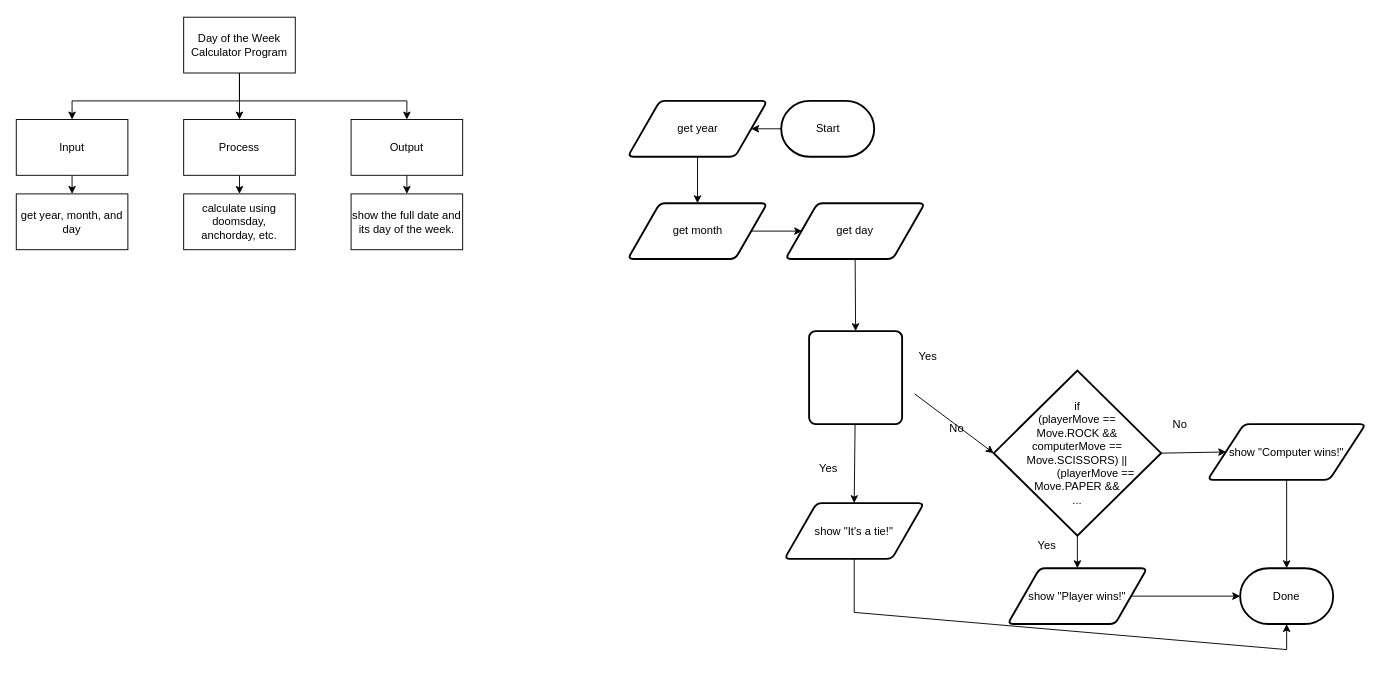
The draw.io diagram Assignments/Assignment 2/flowchart.drawio in Infinity-deGuzman/ICS4U-Unit1-Infinity-De-Guzman, before the edit. Source tidied: cells renumbered, new cells numbered last; positions are measured from the earlier drawing's top-left corner, leaving out a move shared by most shapes. Both pictures are drawn from the tidied source at 93%, with x=0, y=0 at pixel (16, 17).
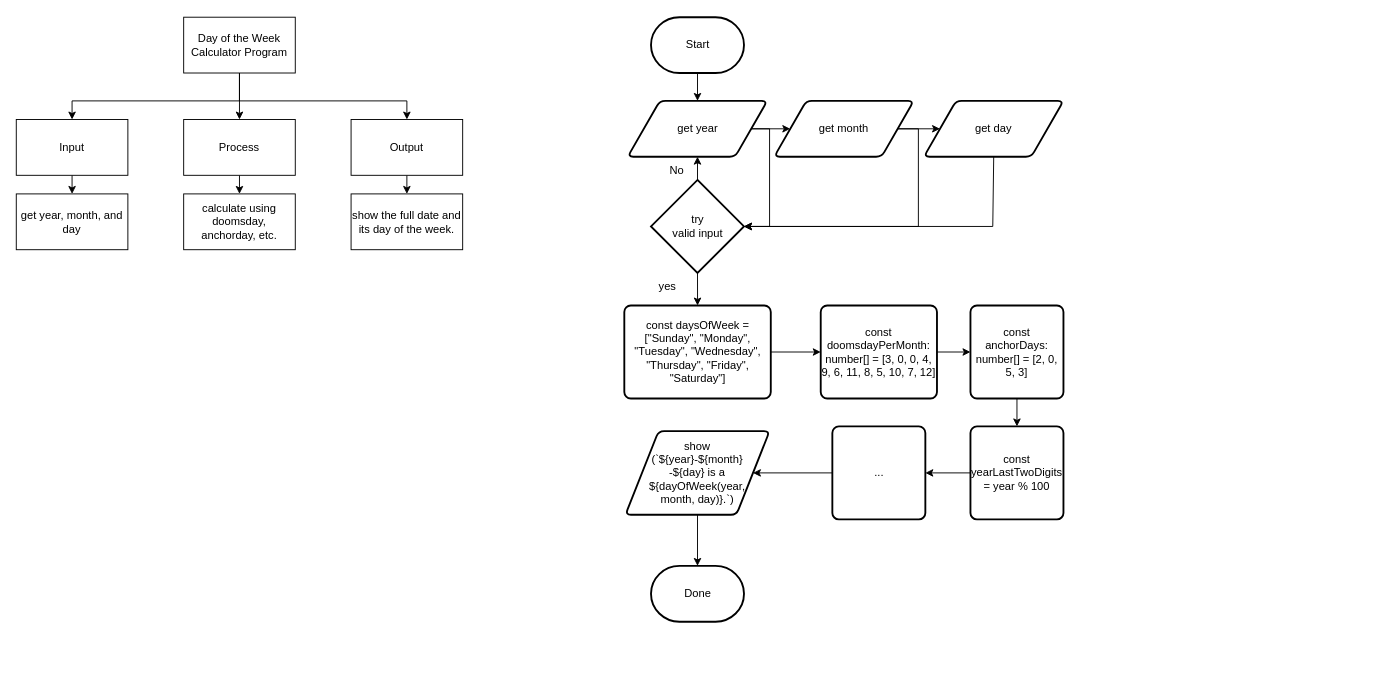
After the change.

Commit message (it also covers changes not shown here):
finished flowchart

Diff of the diagram source:
```diff
@@
-    <mxCell id="15" style="edgeStyle=none;rounded=0;html=1;exitX=0;exitY=0.5;exitDx=0;exitDy=0;exitPerimeter=0;entryX=1;entryY=0.5;entryDx=0;entryDy=0;" parent="1" edge="1" source="16" target="38">
+    <mxCell id="15" style="edgeStyle=none;html=1;exitX=0.5;exitY=1;exitDx=0;exitDy=0;exitPerimeter=0;entryX=0.5;entryY=0;entryDx=0;entryDy=0;" parent="1" edge="1" source="16" target="38">
       <mxGeometry relative="1" as="geometry" />
     </mxCell>
     <mxCell id="16" value="Start" style="strokeWidth=2;html=1;shape=mxgraph.flowchart.terminator;whiteSpace=wrap;" parent="1" vertex="1">
-      <mxGeometry x="822.5" y="90" width="100" height="60" as="geometry" />
+      <mxGeometry x="682.5" width="100" height="60" as="geometry" />
     </mxCell>
-    <mxCell id="17" style="edgeStyle=none;rounded=0;html=1;exitX=1;exitY=0.5;exitDx=0;exitDy=0;entryX=0;entryY=0.5;entryDx=0;entryDy=0;entryPerimeter=0;" parent="1" edge="1" source="18">
-      <mxGeometry relative="1" as="geometry">
-        <mxPoint x="845" y="230" as="targetPoint" />
-      </mxGeometry>
+    <mxCell id="17" style="edgeStyle=none;rounded=0;html=1;exitX=1;exitY=0.5;exitDx=0;exitDy=0;entryX=0;entryY=0.5;entryDx=0;entryDy=0;" parent="1" edge="1" source="18" target="39">
+      <mxGeometry relative="1" as="geometry" />
     </mxCell>
+    <mxCell id="41" style="edgeStyle=none;rounded=0;html=1;exitX=1;exitY=0.5;exitDx=0;exitDy=0;entryX=1;entryY=0.5;entryDx=0;entryDy=0;entryPerimeter=0;" parent="1" edge="1" source="18" target="47">
+      <mxGeometry relative="1" as="geometry">
+        <Array as="points">
+          <mxPoint x="970" y="120" />
+          <mxPoint x="970" y="225" />
+        </Array>
+      </mxGeometry>
+    </mxCell>
     <mxCell id="18" value="get month" style="shape=parallelogram;html=1;strokeWidth=2;perimeter=parallelogramPerimeter;whiteSpace=wrap;rounded=1;arcSize=12;size=0.23;" parent="1" vertex="1">
-      <mxGeometry x="657.5" y="200" width="150" height="60" as="geometry" />
+      <mxGeometry x="815" y="90" width="150" height="60" as="geometry" />
     </mxCell>
-    <mxCell id="19" style="edgeStyle=none;html=1;entryX=0.5;entryY=0;entryDx=0;entryDy=0;" parent="1" edge="1" source="40" target="22">
-      <mxGeometry relative="1" as="geometry" />
-    </mxCell>
-    <mxCell id="20" style="edgeStyle=none;html=1;exitX=1;exitY=0.5;exitDx=0;exitDy=0;exitPerimeter=0;entryX=0;entryY=0.5;entryDx=0;entryDy=0;entryPerimeter=0;" parent="1" edge="1" target="27">
-      <mxGeometry relative="1" as="geometry">
-        <mxPoint x="966" y="405" as="sourcePoint" />
-      </mxGeometry>
-    </mxCell>
-    <mxCell id="21" style="edgeStyle=none;html=1;exitX=0.5;exitY=1;exitDx=0;exitDy=0;entryX=0.5;entryY=1;entryDx=0;entryDy=0;entryPerimeter=0;rounded=0;" parent="1" edge="1" source="22" target="34">
-      <mxGeometry relative="1" as="geometry">
-        <Array as="points">
-          <mxPoint x="901" y="640" />
-          <mxPoint x="1366" y="680" />
-        </Array>
-      </mxGeometry>
-    </mxCell>
-    <mxCell id="22" value="show &quot;It's a tie!&quot;" style="shape=parallelogram;html=1;strokeWidth=2;perimeter=parallelogramPerimeter;whiteSpace=wrap;rounded=1;arcSize=12;size=0.23;" parent="1" vertex="1">
-      <mxGeometry x="826" y="522.5" width="150" height="60" as="geometry" />
-    </mxCell>
-    <mxCell id="23" value="Yes" style="text;html=1;align=center;verticalAlign=middle;strokeColor=none;fillColor=none;" parent="1" vertex="1">
-      <mxGeometry x="852.5" y="470" width="40" height="30" as="geometry" />
-    </mxCell>
-    <mxCell id="24" value="No" style="text;html=1;align=center;verticalAlign=middle;strokeColor=none;fillColor=none;" parent="1" vertex="1">
-      <mxGeometry x="991" y="427.5" width="40" height="30" as="geometry" />
-    </mxCell>
-    <mxCell id="25" style="edgeStyle=none;html=1;exitX=0.5;exitY=1;exitDx=0;exitDy=0;exitPerimeter=0;entryX=0.5;entryY=0;entryDx=0;entryDy=0;" parent="1" edge="1" source="27" target="29">
-      <mxGeometry relative="1" as="geometry" />
-    </mxCell>
-    <mxCell id="26" style="edgeStyle=none;html=1;exitX=1;exitY=0.5;exitDx=0;exitDy=0;exitPerimeter=0;entryX=0;entryY=0.5;entryDx=0;entryDy=0;entryPerimeter=0;" parent="1" edge="1" source="27">
-      <mxGeometry relative="1" as="geometry">
-        <mxPoint x="1301" y="467.5" as="targetPoint" />
-      </mxGeometry>
-    </mxCell>
-    <mxCell id="27" value="if&lt;br&gt;&lt;div&gt;(playerMove ==&lt;br&gt;Move.ROCK &amp;amp;&amp;amp;&lt;/div&gt;&lt;div&gt;computerMove == Move.SCISSORS) ||&lt;/div&gt;&lt;div&gt;&amp;nbsp; &amp;nbsp; &amp;nbsp; &amp;nbsp; &amp;nbsp; &amp;nbsp; (playerMove == Move.PAPER &amp;amp;&amp;amp;&lt;br&gt;...&lt;/div&gt;" style="strokeWidth=2;html=1;shape=mxgraph.flowchart.decision;whiteSpace=wrap;" parent="1" vertex="1">
-      <mxGeometry x="1051" y="380" width="180" height="177.5" as="geometry" />
-    </mxCell>
-    <mxCell id="28" style="edgeStyle=none;html=1;exitX=1;exitY=0.5;exitDx=0;exitDy=0;" parent="1" edge="1" source="29" target="34">
-      <mxGeometry relative="1" as="geometry" />
-    </mxCell>
-    <mxCell id="29" value="show &quot;Player wins!&quot;" style="shape=parallelogram;html=1;strokeWidth=2;perimeter=parallelogramPerimeter;whiteSpace=wrap;rounded=1;arcSize=12;size=0.23;" parent="1" vertex="1">
-      <mxGeometry x="1066" y="592.5" width="150" height="60" as="geometry" />
-    </mxCell>
-    <mxCell id="30" value="Yes" style="text;html=1;align=center;verticalAlign=middle;strokeColor=none;fillColor=none;" parent="1" vertex="1">
-      <mxGeometry x="1088" y="552.5" width="40" height="30" as="geometry" />
-    </mxCell>
-    <mxCell id="31" style="edgeStyle=none;html=1;exitX=0.5;exitY=1;exitDx=0;exitDy=0;" parent="1" edge="1" source="32" target="34">
-      <mxGeometry relative="1" as="geometry" />
-    </mxCell>
-    <mxCell id="32" value="show &quot;Computer wins!&quot;" style="shape=parallelogram;html=1;strokeWidth=2;perimeter=parallelogramPerimeter;whiteSpace=wrap;rounded=1;arcSize=12;size=0.23;" parent="1" vertex="1">
-      <mxGeometry x="1281" y="437.5" width="170" height="60" as="geometry" />
-    </mxCell>
-    <mxCell id="33" value="No" style="text;html=1;align=center;verticalAlign=middle;strokeColor=none;fillColor=none;" parent="1" vertex="1">
-      <mxGeometry x="1231" y="422.5" width="40" height="30" as="geometry" />
-    </mxCell>
+    <mxCell id="37" style="edgeStyle=none;html=1;exitX=1;exitY=0.5;exitDx=0;exitDy=0;entryX=0;entryY=0.5;entryDx=0;entryDy=0;" parent="1" edge="1" source="38" target="18">
+      <mxGeometry relative="1" as="geometry" />
+    </mxCell>
+    <mxCell id="42" style="edgeStyle=none;html=1;exitX=1;exitY=0.5;exitDx=0;exitDy=0;entryX=1;entryY=0.5;entryDx=0;entryDy=0;entryPerimeter=0;rounded=0;" parent="1" edge="1" source="38" target="47">
+      <mxGeometry relative="1" as="geometry">
+        <Array as="points">
+          <mxPoint x="810" y="120" />
+          <mxPoint x="810" y="225" />
+        </Array>
+      </mxGeometry>
+    </mxCell>
+    <mxCell id="38" value="get year" style="shape=parallelogram;html=1;strokeWidth=2;perimeter=parallelogramPerimeter;whiteSpace=wrap;rounded=1;arcSize=12;size=0.23;" parent="1" vertex="1">
+      <mxGeometry x="657.5" y="90" width="150" height="60" as="geometry" />
+    </mxCell>
+    <mxCell id="43" style="edgeStyle=none;rounded=0;html=1;exitX=0.5;exitY=1;exitDx=0;exitDy=0;entryX=1;entryY=0.5;entryDx=0;entryDy=0;entryPerimeter=0;" parent="1" edge="1" source="39" target="47">
+      <mxGeometry relative="1" as="geometry">
+        <Array as="points">
+          <mxPoint x="1050" y="225" />
+        </Array>
+      </mxGeometry>
+    </mxCell>
+    <mxCell id="39" value="get day" style="shape=parallelogram;html=1;strokeWidth=2;perimeter=parallelogramPerimeter;whiteSpace=wrap;rounded=1;arcSize=12;size=0.23;" parent="1" vertex="1">
+      <mxGeometry x="976" y="90" width="150" height="60" as="geometry" />
+    </mxCell>
+    <mxCell id="44" style="edgeStyle=none;rounded=0;html=1;exitX=1;exitY=0.5;exitDx=0;exitDy=0;entryX=0;entryY=0.5;entryDx=0;entryDy=0;" parent="1" edge="1" source="40" target="50">
+      <mxGeometry relative="1" as="geometry" />
+    </mxCell>
+    <mxCell id="40" value="const daysOfWeek = [&quot;Sunday&quot;, &quot;Monday&quot;, &quot;Tuesday&quot;, &quot;Wednesday&quot;, &quot;Thursday&quot;, &quot;Friday&quot;, &quot;Saturday&quot;]" style="rounded=1;whiteSpace=wrap;html=1;absoluteArcSize=1;arcSize=14;strokeWidth=2;" parent="1" vertex="1">
+      <mxGeometry x="653.8" y="310" width="157.5" height="100" as="geometry" />
+    </mxCell>
+    <mxCell id="45" style="edgeStyle=none;rounded=0;html=1;exitX=0.5;exitY=0;exitDx=0;exitDy=0;exitPerimeter=0;entryX=0.5;entryY=1;entryDx=0;entryDy=0;" parent="1" edge="1" source="47" target="38">
+      <mxGeometry relative="1" as="geometry" />
+    </mxCell>
+    <mxCell id="46" style="edgeStyle=none;rounded=0;html=1;exitX=0.5;exitY=1;exitDx=0;exitDy=0;exitPerimeter=0;entryX=0.5;entryY=0;entryDx=0;entryDy=0;" parent="1" edge="1" source="47" target="40">
+      <mxGeometry relative="1" as="geometry" />
+    </mxCell>
+    <mxCell id="47" value="try&lt;br&gt;valid input" style="strokeWidth=2;html=1;shape=mxgraph.flowchart.decision;whiteSpace=wrap;" parent="1" vertex="1">
+      <mxGeometry x="682.5" y="175" width="100" height="100" as="geometry" />
+    </mxCell>
+    <mxCell id="48" value="No" style="text;html=1;align=center;verticalAlign=middle;strokeColor=none;fillColor=none;" parent="1" vertex="1">
+      <mxGeometry x="690" y="150" width="40" height="30" as="geometry" />
+    </mxCell>
+    <mxCell id="49" style="edgeStyle=none;rounded=0;html=1;exitX=1;exitY=0.5;exitDx=0;exitDy=0;entryX=0;entryY=0.5;entryDx=0;entryDy=0;" parent="1" edge="1" source="50" target="52">
+      <mxGeometry relative="1" as="geometry" />
+    </mxCell>
+    <mxCell id="50" value="const doomsdayPerMonth: number[] = [3, 0, 0, 4, 9, 6, 11, 8, 5, 10, 7, 12]" style="rounded=1;whiteSpace=wrap;html=1;absoluteArcSize=1;arcSize=14;strokeWidth=2;" parent="1" vertex="1">
+      <mxGeometry x="865" y="310" width="125" height="100" as="geometry" />
+    </mxCell>
+    <mxCell id="51" style="edgeStyle=none;rounded=0;html=1;exitX=0.5;exitY=1;exitDx=0;exitDy=0;entryX=0.5;entryY=0;entryDx=0;entryDy=0;" parent="1" edge="1" source="52" target="55">
+      <mxGeometry relative="1" as="geometry" />
+    </mxCell>
+    <mxCell id="52" value="const anchorDays: number[] = [2, 0, 5, 3]" style="rounded=1;whiteSpace=wrap;html=1;absoluteArcSize=1;arcSize=14;strokeWidth=2;" parent="1" vertex="1">
+      <mxGeometry x="1026" y="310" width="100" height="100" as="geometry" />
+    </mxCell>
+    <mxCell id="53" value="yes" style="text;html=1;align=center;verticalAlign=middle;strokeColor=none;fillColor=none;" parent="1" vertex="1">
+      <mxGeometry x="680" y="275" width="40" height="30" as="geometry" />
+    </mxCell>
+    <mxCell id="54" style="edgeStyle=none;rounded=0;html=1;exitX=0;exitY=0.5;exitDx=0;exitDy=0;" parent="1" edge="1" source="55" target="57">
+      <mxGeometry relative="1" as="geometry" />
+    </mxCell>
+    <mxCell id="55" value="const yearLastTwoDigits = year % 100" style="rounded=1;whiteSpace=wrap;html=1;absoluteArcSize=1;arcSize=14;strokeWidth=2;" parent="1" vertex="1">
+      <mxGeometry x="1026" y="440" width="100" height="100" as="geometry" />
+    </mxCell>
+    <mxCell id="56" style="edgeStyle=none;rounded=0;html=1;exitX=0;exitY=0.5;exitDx=0;exitDy=0;entryX=1;entryY=0.5;entryDx=0;entryDy=0;" parent="1" edge="1" source="57" target="59">
+      <mxGeometry relative="1" as="geometry" />
+    </mxCell>
+    <mxCell id="57" value="..." style="rounded=1;whiteSpace=wrap;html=1;absoluteArcSize=1;arcSize=14;strokeWidth=2;" parent="1" vertex="1">
+      <mxGeometry x="877.5" y="440" width="100" height="100" as="geometry" />
+    </mxCell>
+    <mxCell id="58" style="edgeStyle=none;rounded=0;html=1;exitX=0.5;exitY=1;exitDx=0;exitDy=0;" parent="1" edge="1" source="59" target="34">
+      <mxGeometry relative="1" as="geometry" />
+    </mxCell>
+    <mxCell id="59" value="show&lt;br&gt;(`${year}-${month}&lt;br&gt;-${day} is a ${dayOfWeek(year,&lt;br&gt;month, day)}.`)" style="shape=parallelogram;html=1;strokeWidth=2;perimeter=parallelogramPerimeter;whiteSpace=wrap;rounded=1;arcSize=12;size=0.23;" parent="1" vertex="1">
+      <mxGeometry x="655" y="445" width="155" height="90" as="geometry" />
+    </mxCell>
     <mxCell id="34" value="Done" style="strokeWidth=2;html=1;shape=mxgraph.flowchart.terminator;whiteSpace=wrap;" parent="1" vertex="1">
-      <mxGeometry x="1316" y="592.5" width="100" height="60" as="geometry" />
+      <mxGeometry x="682.5" y="590" width="100" height="60" as="geometry" />
     </mxCell>
-    <mxCell id="35" style="edgeStyle=none;rounded=0;html=1;exitX=0.5;exitY=1;exitDx=0;exitDy=0;entryX=0.5;entryY=0;entryDx=0;entryDy=0;" parent="1" edge="1" source="39" target="40">
-      <mxGeometry relative="1" as="geometry" />
-    </mxCell>
-    <mxCell id="36" value="Yes" style="text;html=1;align=center;verticalAlign=middle;strokeColor=none;fillColor=none;" parent="1" vertex="1">
-      <mxGeometry x="960" y="350" width="40" height="30" as="geometry" />
-    </mxCell>
-    <mxCell id="37" style="edgeStyle=none;html=1;exitX=0.5;exitY=1;exitDx=0;exitDy=0;entryX=0.5;entryY=0;entryDx=0;entryDy=0;" parent="1" edge="1" source="38" target="18">
-      <mxGeometry relative="1" as="geometry" />
-    </mxCell>
-    <mxCell id="38" value="get year" style="shape=parallelogram;html=1;strokeWidth=2;perimeter=parallelogramPerimeter;whiteSpace=wrap;rounded=1;arcSize=12;size=0.23;" parent="1" vertex="1">
-      <mxGeometry x="657.5" y="90" width="150" height="60" as="geometry" />
-    </mxCell>
-    <mxCell id="39" value="get day" style="shape=parallelogram;html=1;strokeWidth=2;perimeter=parallelogramPerimeter;whiteSpace=wrap;rounded=1;arcSize=12;size=0.23;" parent="1" vertex="1">
-      <mxGeometry x="827" y="200" width="150" height="60" as="geometry" />
-    </mxCell>
-    <mxCell id="40" style="rounded=1;whiteSpace=wrap;html=1;absoluteArcSize=1;arcSize=14;strokeWidth=2;" parent="1" vertex="1">
-      <mxGeometry x="852.5" y="337.5" width="100" height="100" as="geometry" />
-    </mxCell>
```
